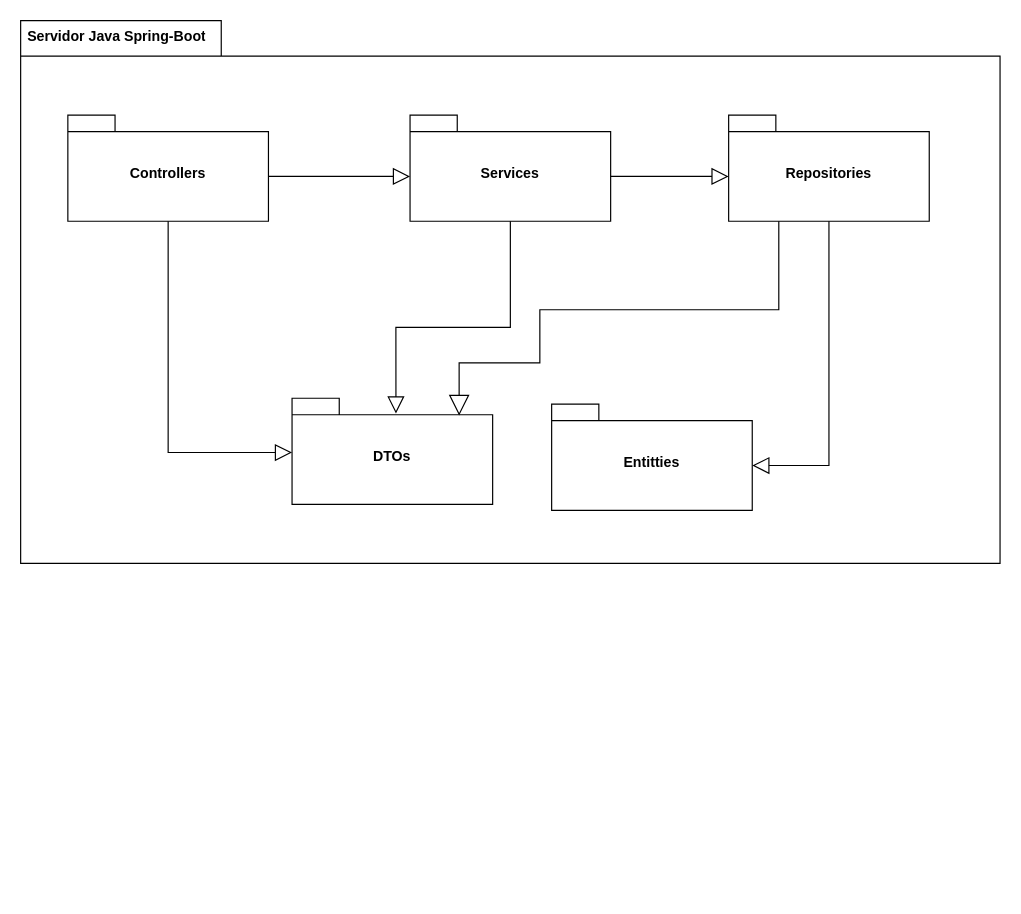
Earlier version of the draw.io diagram page "Componentes" (1 of 4) of Clases/Diagrama componentes.drawio (Jajr16/DocumentacionTT). Source tidied: cells renumbered, new cells numbered last; positions are measured from the earlier drawing's top-left corner, leaving out a move shared by most shapes. Both pictures are drawn from the tidied source at 118%, with x=0, y=0 at pixel (20, 20).
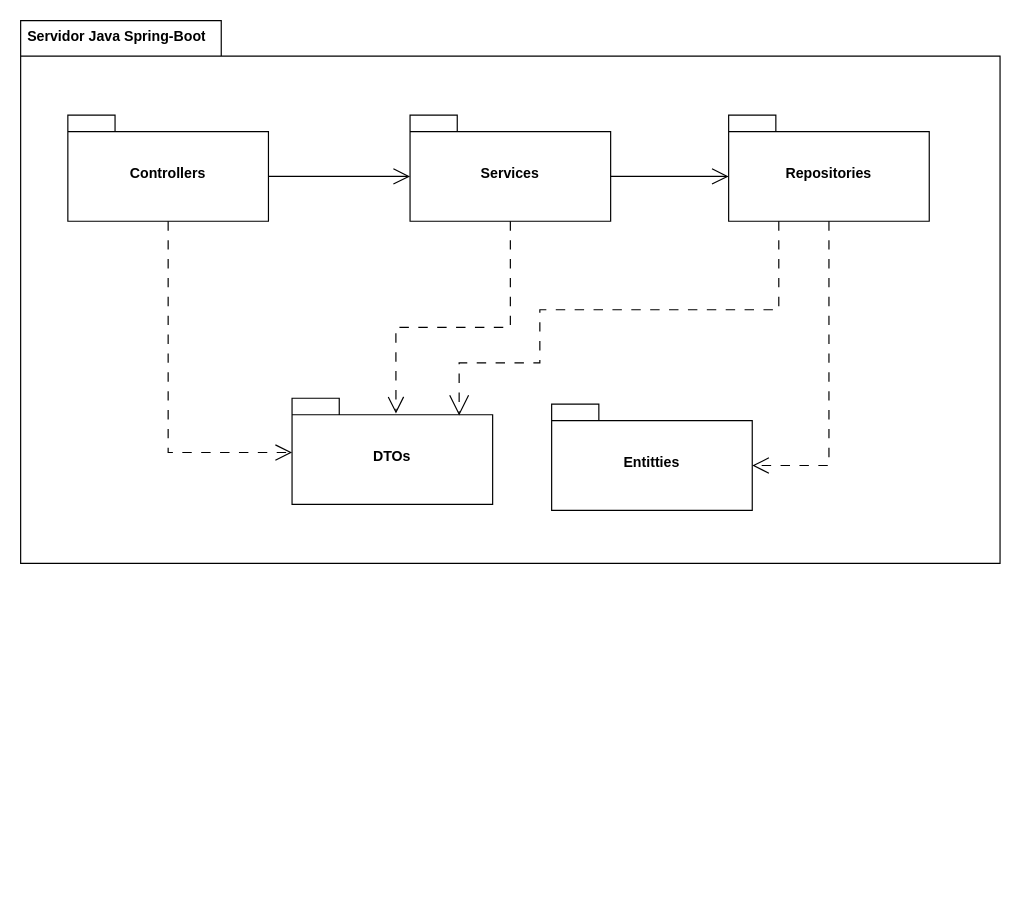
Above is the later version.

The change refers to these unchanged cells:
```xml
<mxCell id="2" style="group;" parent="1" vertex="1">
  <mxGeometry width="830" height="740" as="geometry" />
</mxCell>
<mxCell id="5" value="Controllers" style="shape=folder;fontStyle=1;spacingTop=10;tabWidth=40;tabHeight=14;tabPosition=left;html=1;whiteSpace=wrap;" parent="2" vertex="1">
  <mxGeometry x="40" y="80" width="170" height="90" as="geometry" />
</mxCell>
<mxCell id="6" value="Services" style="shape=folder;fontStyle=1;spacingTop=10;tabWidth=40;tabHeight=14;tabPosition=left;html=1;whiteSpace=wrap;" parent="2" vertex="1">
  <mxGeometry x="330" y="80" width="170" height="90" as="geometry" />
</mxCell>
<mxCell id="7" value="Repositories" style="shape=folder;fontStyle=1;spacingTop=10;tabWidth=40;tabHeight=14;tabPosition=left;html=1;whiteSpace=wrap;" parent="2" vertex="1">
  <mxGeometry x="600" y="80" width="170" height="90" as="geometry" />
</mxCell>
<mxCell id="8" value="Entitties" style="shape=folder;fontStyle=1;spacingTop=10;tabWidth=40;tabHeight=14;tabPosition=left;html=1;whiteSpace=wrap;" parent="2" vertex="1">
  <mxGeometry x="450" y="325" width="170" height="90" as="geometry" />
</mxCell>
<mxCell id="9" value="DTOs" style="shape=folder;fontStyle=1;spacingTop=10;tabWidth=40;tabHeight=14;tabPosition=left;html=1;whiteSpace=wrap;" parent="2" vertex="1">
  <mxGeometry x="230" y="320" width="170" height="90" as="geometry" />
</mxCell>
```

Change to the diagram source:
```diff
@@
-    <mxCell id="10" style="endArrow=block;endFill=0;endSize=12;html=1;rounded=0;exitX=0.5;exitY=1;exitDx=0;exitDy=0;exitPerimeter=0;entryX=0;entryY=0.511;entryDx=0;entryDy=0;entryPerimeter=0;" parent="2" edge="1" source="5" target="9">
+    <mxCell id="10" style="endArrow=open;endFill=0;endSize=12;html=1;rounded=0;exitX=0.5;exitY=1;exitDx=0;exitDy=0;exitPerimeter=0;entryX=0;entryY=0.511;entryDx=0;entryDy=0;entryPerimeter=0;dashed=1;dashPattern=8 8;" parent="2" edge="1" source="5" target="9">
       <mxGeometry relative="1" as="geometry">
         <Array as="points">
           <mxPoint x="125" y="366" />
         </Array>
       </mxGeometry>
     </mxCell>
-    <mxCell id="11" style="endArrow=block;endFill=0;endSize=12;html=1;rounded=0;exitX=0.5;exitY=1;exitDx=0;exitDy=0;exitPerimeter=0;entryX=0.518;entryY=0.144;entryDx=0;entryDy=0;entryPerimeter=0;" parent="2" edge="1" source="6" target="9">
+    <mxCell id="11" style="endArrow=open;endFill=0;endSize=12;html=1;rounded=0;exitX=0.5;exitY=1;exitDx=0;exitDy=0;exitPerimeter=0;entryX=0.518;entryY=0.144;entryDx=0;entryDy=0;entryPerimeter=0;dashed=1;dashPattern=8 8;" parent="2" edge="1" source="6" target="9">
       <mxGeometry relative="1" as="geometry">
         <Array as="points">
           <mxPoint x="415" y="260" />
           <mxPoint x="318" y="260" />
         </Array>
       </mxGeometry>
     </mxCell>
-    <mxCell id="12" style="endArrow=block;endFill=0;endSize=12;html=1;rounded=0;exitX=0;exitY=0;exitDx=170;exitDy=52;exitPerimeter=0;entryX=0;entryY=0;entryDx=0;entryDy=52;entryPerimeter=0;" parent="2" edge="1" source="5" target="6">
+    <mxCell id="12" style="endArrow=open;endFill=0;endSize=12;html=1;rounded=0;exitX=0;exitY=0;exitDx=170;exitDy=52;exitPerimeter=0;entryX=0;entryY=0;entryDx=0;entryDy=52;entryPerimeter=0;" parent="2" edge="1" source="5" target="6">
       <mxGeometry relative="1" as="geometry" />
     </mxCell>
-    <mxCell id="13" style="endArrow=block;endFill=0;endSize=12;html=1;rounded=0;entryX=0;entryY=0;entryDx=0;entryDy=52;entryPerimeter=0;" parent="2" edge="1" target="7">
+    <mxCell id="13" style="endArrow=open;endFill=0;endSize=12;html=1;rounded=0;entryX=0;entryY=0;entryDx=0;entryDy=52;entryPerimeter=0;" parent="2" edge="1" target="7">
       <mxGeometry relative="1" as="geometry">
         <mxPoint x="500" y="132" as="sourcePoint" />
       </mxGeometry>
     </mxCell>
-    <mxCell id="14" style="endArrow=block;endFill=0;endSize=12;html=1;rounded=0;entryX=0;entryY=0;entryDx=170;entryDy=52;entryPerimeter=0;exitX=0.5;exitY=1;exitDx=0;exitDy=0;exitPerimeter=0;" parent="2" edge="1" source="7" target="8">
+    <mxCell id="14" style="endArrow=open;endFill=0;endSize=12;html=1;rounded=0;entryX=0;entryY=0;entryDx=170;entryDy=52;entryPerimeter=0;exitX=0.5;exitY=1;exitDx=0;exitDy=0;exitPerimeter=0;dashed=1;dashPattern=8 8;" parent="2" edge="1" source="7" target="8">
       <mxGeometry relative="1" as="geometry">
         <Array as="points">
           <mxPoint x="685" y="377" />
         </Array>
       </mxGeometry>
     </mxCell>
-    <mxCell id="15" style="edgeStyle=orthogonalEdgeStyle;rounded=0;jettySize=auto;html=1;exitX=0.25;exitY=1;exitDx=0;exitDy=0;exitPerimeter=0;entryX=0.833;entryY=0.163;entryDx=0;entryDy=0;entryPerimeter=0;endArrow=block;endFill=0;endSize=15;" parent="2" edge="1" source="7" target="9">
+    <mxCell id="15" style="edgeStyle=orthogonalEdgeStyle;rounded=0;jettySize=auto;html=1;exitX=0.25;exitY=1;exitDx=0;exitDy=0;exitPerimeter=0;entryX=0.833;entryY=0.163;entryDx=0;entryDy=0;entryPerimeter=0;endArrow=open;endFill=0;endSize=15;dashed=1;dashPattern=8 8;" parent="2" edge="1" source="7" target="9">
       <mxGeometry relative="1" as="geometry">
         <Array as="points">
           <mxPoint x="643" y="245" />
           <mxPoint x="440" y="245" />
           <mxPoint x="440" y="290" />
           <mxPoint x="372" y="290" />
         </Array>
       </mxGeometry>
     </mxCell>
```
